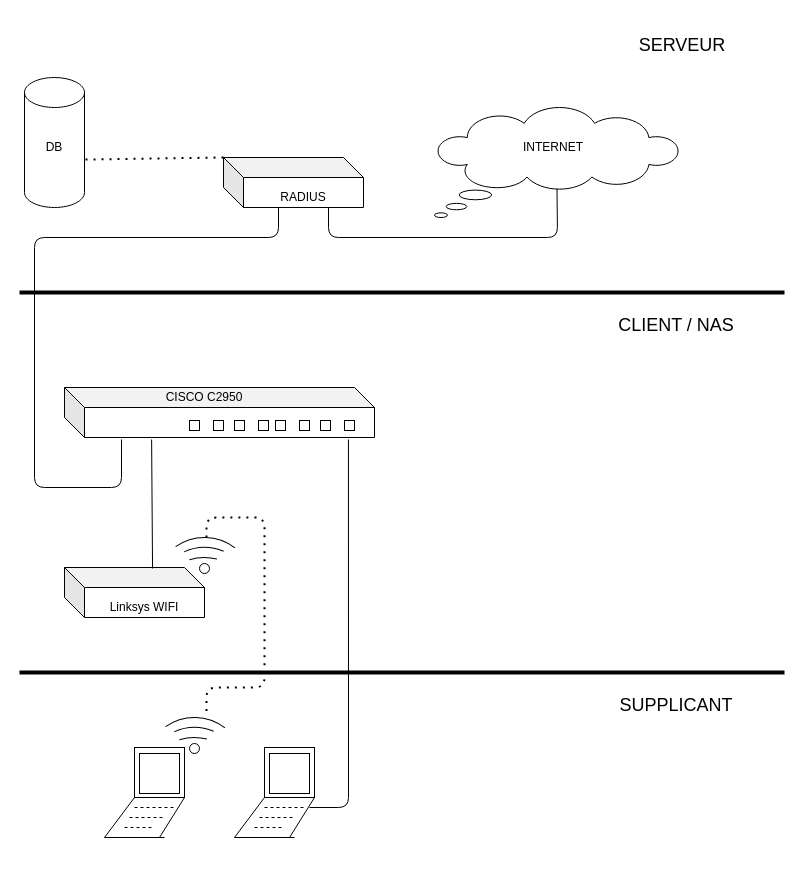
Earlier version of the draw.io diagram Untitled Diagram.drawio (Gomonriou/Radius). Source tidied: cells renumbered, new cells numbered last; positions are measured from the earlier drawing's top-left corner, leaving out a move shared by most shapes. Both pictures are drawn from the tidied source at 100%, with x=0, y=0 at pixel (19, 17).
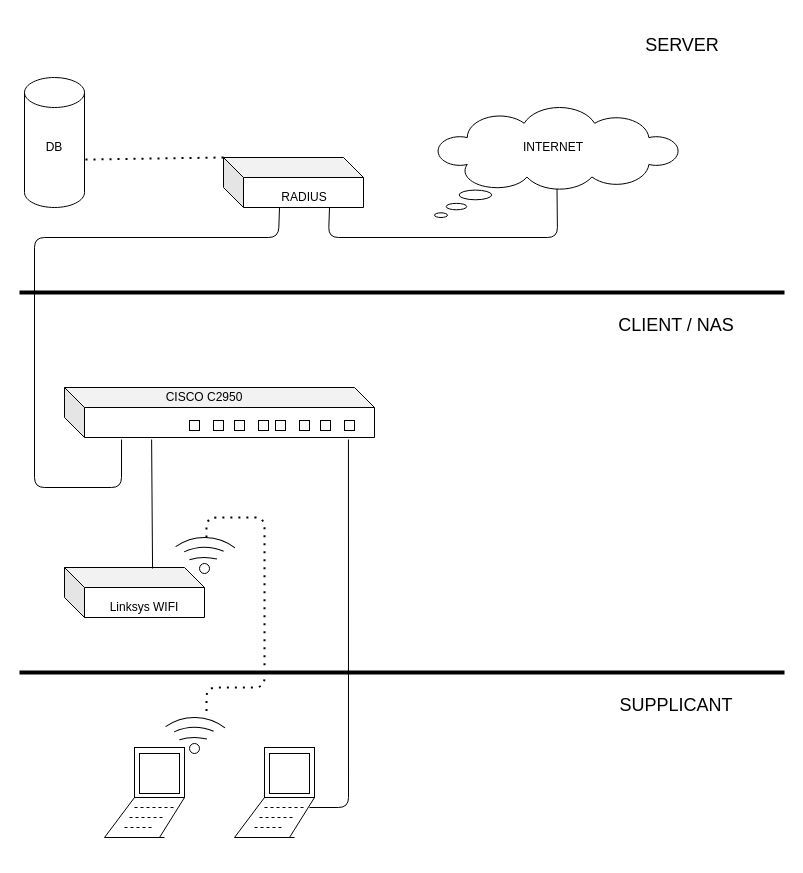
The same diagram, later.

Change to the diagram source:
```diff
@@
     <mxCell id="5" value="RADIUS" style="text;html=1;strokeColor=none;fillColor=none;align=center;verticalAlign=middle;whiteSpace=wrap;rounded=0;" parent="1" vertex="1">
-      <mxGeometry x="234" y="170" width="100" height="20" as="geometry" />
+      <mxGeometry x="235" y="170" width="100" height="20" as="geometry" />
     </mxCell>
@@
-    <mxCell id="50" value="&lt;span style=&quot;font-size: 18px&quot;&gt;SERVEUR&lt;/span&gt;" style="text;html=1;strokeColor=none;fillColor=none;align=center;verticalAlign=middle;whiteSpace=wrap;rounded=0;" parent="1" vertex="1">
+    <mxCell id="50" value="&lt;span style=&quot;font-size: 18px&quot;&gt;SERVER&lt;/span&gt;" style="text;html=1;strokeColor=none;fillColor=none;align=center;verticalAlign=middle;whiteSpace=wrap;rounded=0;" parent="1" vertex="1">
       <mxGeometry x="561" width="204" height="56" as="geometry" />
     </mxCell>
```
